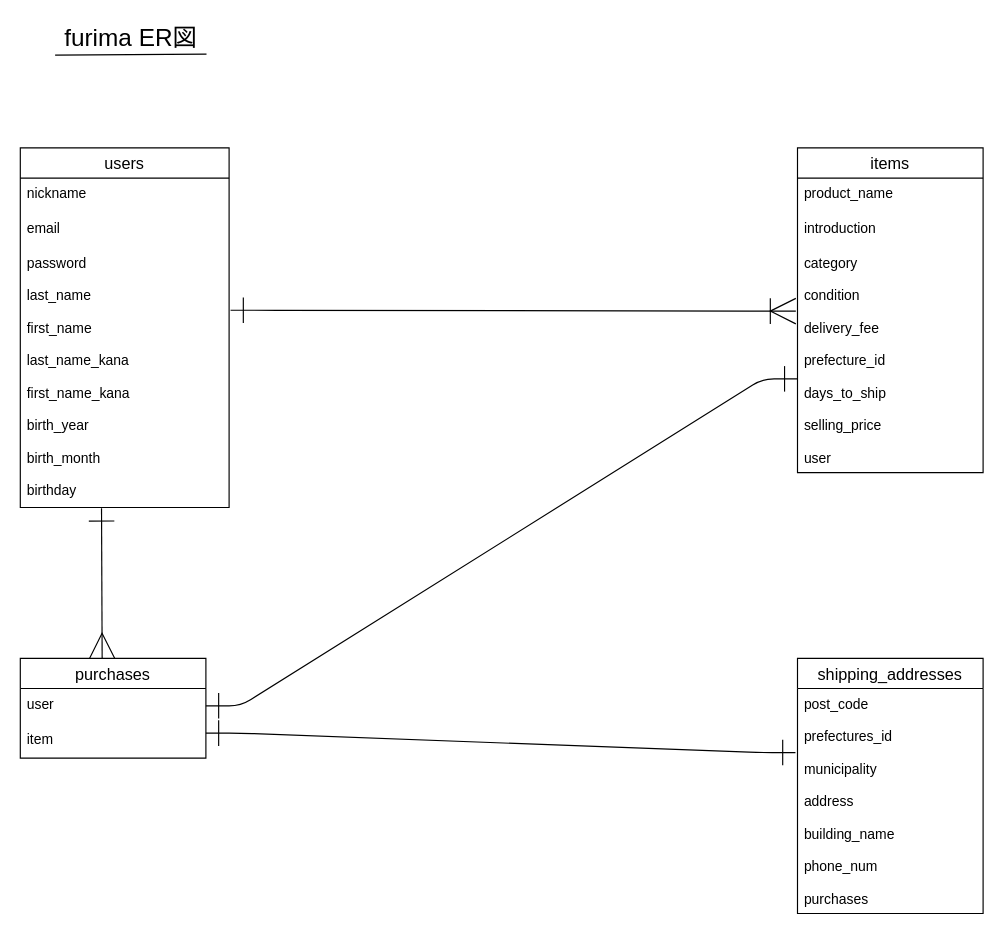
Earlier version of the draw.io diagram furima.dio (yumoto34492/furima-34492). Source tidied: cells renumbered, new cells numbered last; positions are measured from the earlier drawing's top-left corner, leaving out a move shared by most shapes. Both pictures are drawn from the tidied source at 116%, with x=0, y=0 at pixel (20, 20).
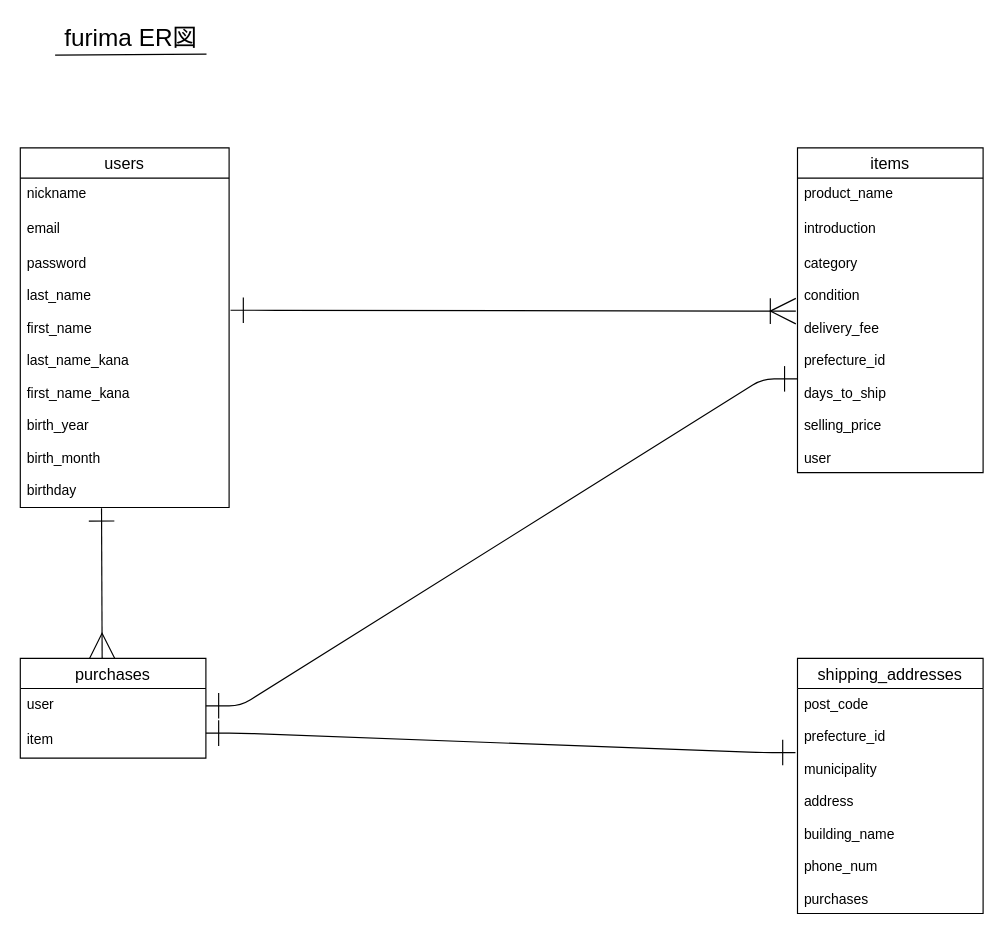
The same page after the edit.

Commit message (it also covers changes not shown here):
66行目も単数形purchaseへ修正

The change refers to these unchanged cells:
```xml
<mxCell id="14" value="shipping_addresses" style="swimlane;fontStyle=0;horizontal=1;startSize=26;align=center;fontSize=14;rounded=0;sketch=0;" parent="1" vertex="1">
  <mxGeometry x="670" y="550" width="160" height="220" as="geometry" />
</mxCell>
```

What changed in the source:
```diff
@@
-    <mxCell id="15" value="post_code&#10;&#10;prefectures_id&#10;&#10;municipality&#10;&#10;address&#10;&#10;building_name&#10;&#10;phone_num&#10;&#10;purchases" style="text;strokeColor=none;fillColor=none;spacingLeft=4;spacingRight=4;overflow=hidden;points=[[0,0.5],[1,0.5]];portConstraint=eastwest;fontSize=12;" parent="14" vertex="1">
+    <mxCell id="15" value="post_code&#10;&#10;prefecture_id&#10;&#10;municipality&#10;&#10;address&#10;&#10;building_name&#10;&#10;phone_num&#10;&#10;purchases" style="text;strokeColor=none;fillColor=none;spacingLeft=4;spacingRight=4;overflow=hidden;points=[[0,0.5],[1,0.5]];portConstraint=eastwest;fontSize=12;" parent="14" vertex="1">
       <mxGeometry y="26" width="160" height="194" as="geometry" />
     </mxCell>
```
